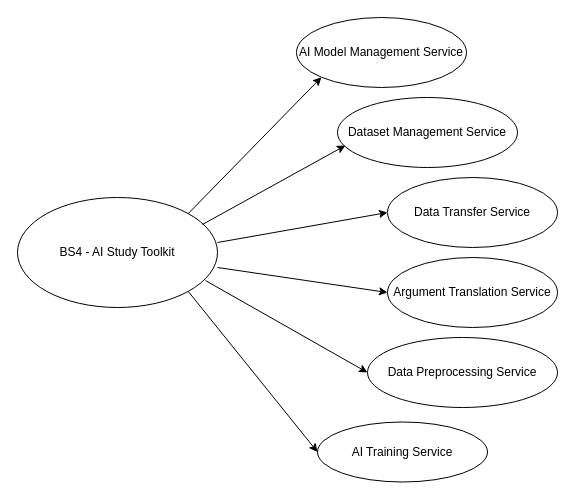
TISNN/2022_SOD keeps this draw.io diagram as page "第 1 页" (1 of 8) of SOD_Ass1.drawio. Above is the earlier version. Source tidied: cells renumbered, new cells numbered last; positions are measured from the earlier drawing's top-left corner, leaving out a move shared by most shapes. Both pictures are drawn from the tidied source at 100%, with x=0, y=0 at pixel (17, 17).
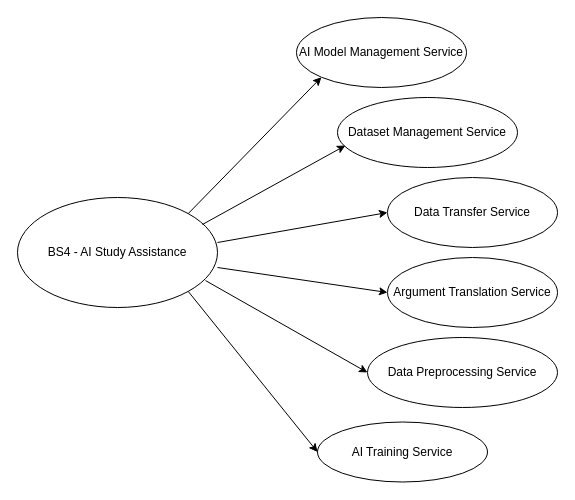
After the change.

The edit, as a diff of the source:
```diff
@@
 <mxGraphModel>
   <root>
     <mxCell id="0" />
     <mxCell id="1" parent="0" />
-    <mxCell id="2" value="BS4 - AI Study Toolkit" style="ellipse;whiteSpace=wrap;html=1;" parent="1" vertex="1">
+    <mxCell id="2" value="BS4 - AI Study Assistance" style="ellipse;whiteSpace=wrap;html=1;" parent="1" vertex="1">
       <mxGeometry y="180" width="200" height="110" as="geometry" />
     </mxCell>
     <mxCell id="3" style="endArrow=classic;html=1;rounded=0;entryX=0;entryY=1;entryDx=0;entryDy=0;exitX=1;exitY=0;exitDx=0;exitDy=0;" parent="1" edge="1" source="2" target="4">
       <mxGeometry relative="1" as="geometry" />
     </mxCell>
     <mxCell id="4" value="AI Model Management Service" style="ellipse;whiteSpace=wrap;html=1;" parent="1" vertex="1">
       <mxGeometry x="279" width="170" height="70" as="geometry" />
     </mxCell>
     <mxCell id="5" value="Dataset Management Service" style="ellipse;whiteSpace=wrap;html=1;" parent="1" vertex="1">
       <mxGeometry x="320" y="80" width="180" height="70" as="geometry" />
     </mxCell>
     <mxCell id="6" style="endArrow=classic;html=1;rounded=0;entryX=0.044;entryY=0.686;entryDx=0;entryDy=0;exitX=0.925;exitY=0.245;exitDx=0;exitDy=0;exitPerimeter=0;entryPerimeter=0;" parent="1" edge="1" source="2" target="5">
       <mxGeometry relative="1" as="geometry" />
     </mxCell>
     <mxCell id="7" value="Data Transfer Service" style="ellipse;whiteSpace=wrap;html=1;" parent="1" vertex="1">
       <mxGeometry x="370" y="160" width="170" height="70" as="geometry" />
     </mxCell>
     <mxCell id="8" style="endArrow=classic;html=1;rounded=0;entryX=0;entryY=0.5;entryDx=0;entryDy=0;" parent="1" edge="1" target="7">
       <mxGeometry relative="1" as="geometry">
         <mxPoint x="200" y="225" as="sourcePoint" />
       </mxGeometry>
     </mxCell>
     <mxCell id="9" value="AI Training Service" style="ellipse;whiteSpace=wrap;html=1;" parent="1" vertex="1">
       <mxGeometry x="300" y="404.5" width="170" height="60" as="geometry" />
     </mxCell>
     <mxCell id="10" style="endArrow=classic;html=1;rounded=0;entryX=0;entryY=0.5;entryDx=0;entryDy=0;exitX=1;exitY=1;exitDx=0;exitDy=0;" parent="1" edge="1" source="2" target="9">
       <mxGeometry relative="1" as="geometry" />
     </mxCell>
     <mxCell id="11" value="Data Preprocessing Service" style="ellipse;whiteSpace=wrap;html=1;" parent="1" vertex="1">
       <mxGeometry x="350" y="320" width="190" height="70" as="geometry" />
     </mxCell>
     <mxCell id="12" style="endArrow=classic;html=1;rounded=0;entryX=0;entryY=0.5;entryDx=0;entryDy=0;exitX=0.94;exitY=0.755;exitDx=0;exitDy=0;exitPerimeter=0;" parent="1" edge="1" source="2" target="11">
       <mxGeometry relative="1" as="geometry" />
     </mxCell>
     <mxCell id="13" value="Argument Translation Service" style="ellipse;whiteSpace=wrap;html=1;" parent="1" vertex="1">
       <mxGeometry x="370" y="240" width="170" height="70" as="geometry" />
     </mxCell>
     <mxCell id="14" style="endArrow=classic;html=1;rounded=0;entryX=0;entryY=0.5;entryDx=0;entryDy=0;" parent="1" edge="1" target="13">
       <mxGeometry relative="1" as="geometry">
         <mxPoint x="200" y="250" as="sourcePoint" />
       </mxGeometry>
     </mxCell>
   </root>
 </mxGraphModel>
```
